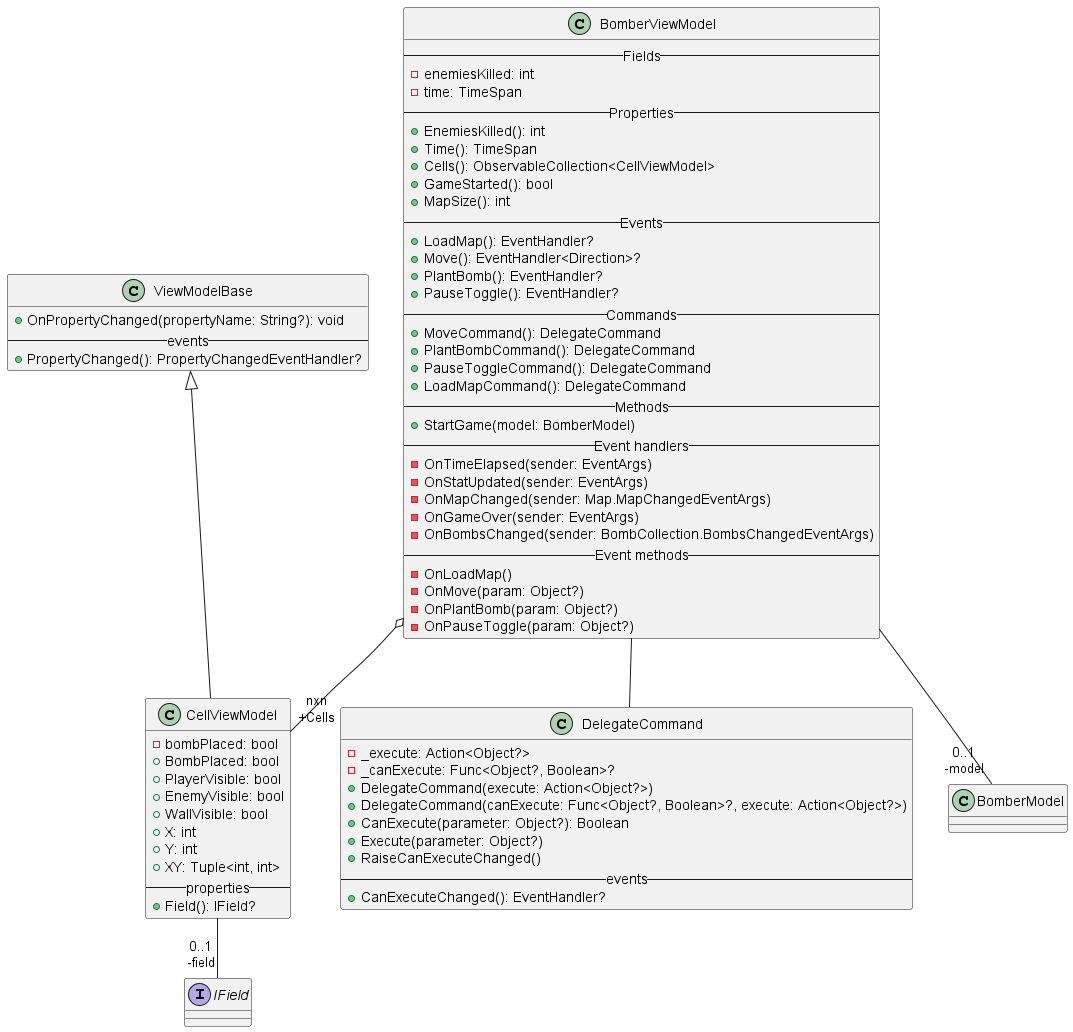
Above: Doc/out/viewmodel/viewmodel.png in adamkekesi/Bomber (PlantUML), before the change. The source it was exported from:
```plantuml
@startuml
class DelegateCommand {
    - _execute: Action<Object?>
    - _canExecute: Func<Object?, Boolean>?
    + DelegateCommand(execute: Action<Object?>)
    + DelegateCommand(canExecute: Func<Object?, Boolean>?, execute: Action<Object?>)
    + CanExecute(parameter: Object?): Boolean
    + Execute(parameter: Object?)
    + RaiseCanExecuteChanged()
    --events--
    + CanExecuteChanged(): EventHandler?
}
class ViewModelBase {
    + OnPropertyChanged(propertyName: String?): void
    --events--
    + PropertyChanged(): PropertyChangedEventHandler?
}

class CellViewModel {
    - bombPlaced: bool
    + BombPlaced: bool
    + PlayerVisible: bool
    + EnemyVisible: bool
    + WallVisible: bool
    + X: int
    + Y: int
    + XY: Tuple<int, int>
    --properties--
    + Field(): IField?
}

class BomberViewModel {
    --Fields--
    - enemiesKilled: int
    - time: TimeSpan
    --Properties--
    + EnemiesKilled(): int
    + Time(): TimeSpan
    + Cells(): ObservableCollection<CellViewModel>
    + GameStarted(): bool
    + MapSize(): int
    --Events--
    + LoadMap(): EventHandler?
    + Move(): EventHandler<Direction>?
    + PlantBomb(): EventHandler?
    + PauseToggle(): EventHandler?
    --Commands--
    + MoveCommand(): DelegateCommand
    + PlantBombCommand(): DelegateCommand
    + PauseToggleCommand(): DelegateCommand
    + LoadMapCommand(): DelegateCommand
    --Methods--
    + StartGame(model: BomberModel)
    --Event handlers--
    - OnTimeElapsed(sender: EventArgs)
    - OnStatUpdated(sender: EventArgs)
    - OnMapChanged(sender: Map.MapChangedEventArgs)
    - OnGameOver(sender: EventArgs)
    - OnBombsChanged(sender: BombCollection.BombsChangedEventArgs)
    --Event methods--
    - OnLoadMap()
    - OnMove(param: Object?)
    - OnPlantBomb(param: Object?)
    - OnPauseToggle(param: Object?)
}

interface IField{

}
CellViewModel -up-|> ViewModelBase
CellViewModel -- "0..1\n-field" IField
BomberViewModel -- "0..1\n-model" BomberModel

class BomberModel{

}

BomberViewModel o-- "nxn\n+Cells" CellViewModel
BomberViewModel -- DelegateCommand
@enduml
```
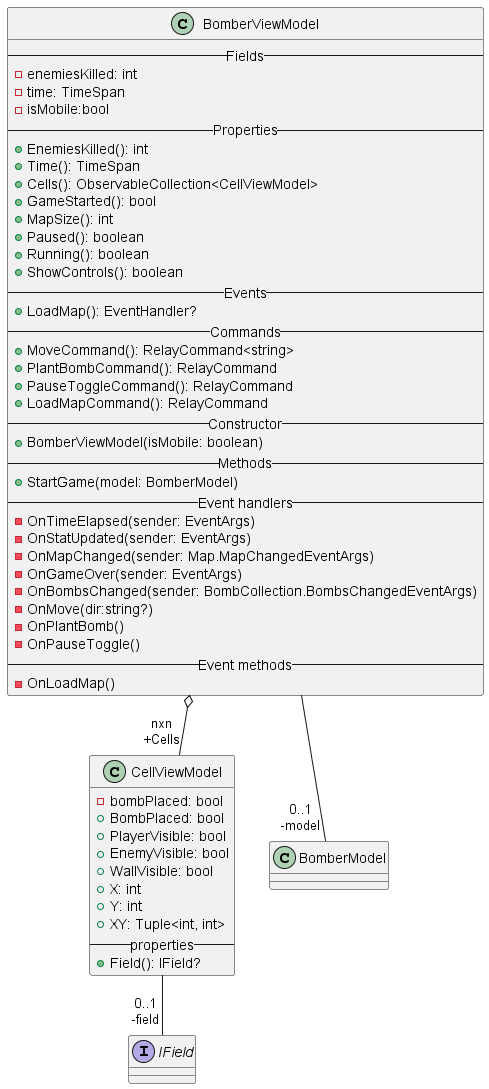
Later version of the same file.

Change to the diagram source:
```diff
@@ -1,20 +1,5 @@
 @startuml
-class DelegateCommand {
-    - _execute: Action<Object?>
-    - _canExecute: Func<Object?, Boolean>?
-    + DelegateCommand(execute: Action<Object?>)
-    + DelegateCommand(canExecute: Func<Object?, Boolean>?, execute: Action<Object?>)
-    + CanExecute(parameter: Object?): Boolean
-    + Execute(parameter: Object?)
-    + RaiseCanExecuteChanged()
-    --events--
-    + CanExecuteChanged(): EventHandler?
-}
-class ViewModelBase {
-    + OnPropertyChanged(propertyName: String?): void
-    --events--
-    + PropertyChanged(): PropertyChangedEventHandler?
-}
+
 
 class CellViewModel {
     - bombPlaced: bool
@@ -33,22 +18,25 @@
     --Fields--
     - enemiesKilled: int
     - time: TimeSpan
+    - isMobile:bool
     --Properties--
     + EnemiesKilled(): int
     + Time(): TimeSpan
     + Cells(): ObservableCollection<CellViewModel>
     + GameStarted(): bool
     + MapSize(): int
+    + Paused(): boolean
+    + Running(): boolean
+    + ShowControls(): boolean
     --Events--
     + LoadMap(): EventHandler?
-    + Move(): EventHandler<Direction>?
-    + PlantBomb(): EventHandler?
-    + PauseToggle(): EventHandler?
     --Commands--
-    + MoveCommand(): DelegateCommand
-    + PlantBombCommand(): DelegateCommand
-    + PauseToggleCommand(): DelegateCommand
-    + LoadMapCommand(): DelegateCommand
+    + MoveCommand(): RelayCommand<string>
+    + PlantBombCommand(): RelayCommand
+    + PauseToggleCommand(): RelayCommand
+    + LoadMapCommand(): RelayCommand
+    --Constructor--
+    + BomberViewModel(isMobile: boolean)
     --Methods--
     + StartGame(model: BomberModel)
     --Event handlers--
@@ -57,17 +45,16 @@
     - OnMapChanged(sender: Map.MapChangedEventArgs)
     - OnGameOver(sender: EventArgs)
     - OnBombsChanged(sender: BombCollection.BombsChangedEventArgs)
+    - OnMove(dir:string?)
+    - OnPlantBomb()
+    - OnPauseToggle()
     --Event methods--
     - OnLoadMap()
-    - OnMove(param: Object?)
-    - OnPlantBomb(param: Object?)
-    - OnPauseToggle(param: Object?)
 }
 
 interface IField{
 
 }
-CellViewModel -up-|> ViewModelBase
 CellViewModel -- "0..1\n-field" IField
 BomberViewModel -- "0..1\n-model" BomberModel
 
@@ -76,5 +63,5 @@
 }
 
 BomberViewModel o-- "nxn\n+Cells" CellViewModel
-BomberViewModel -- DelegateCommand
+
 @enduml
```
